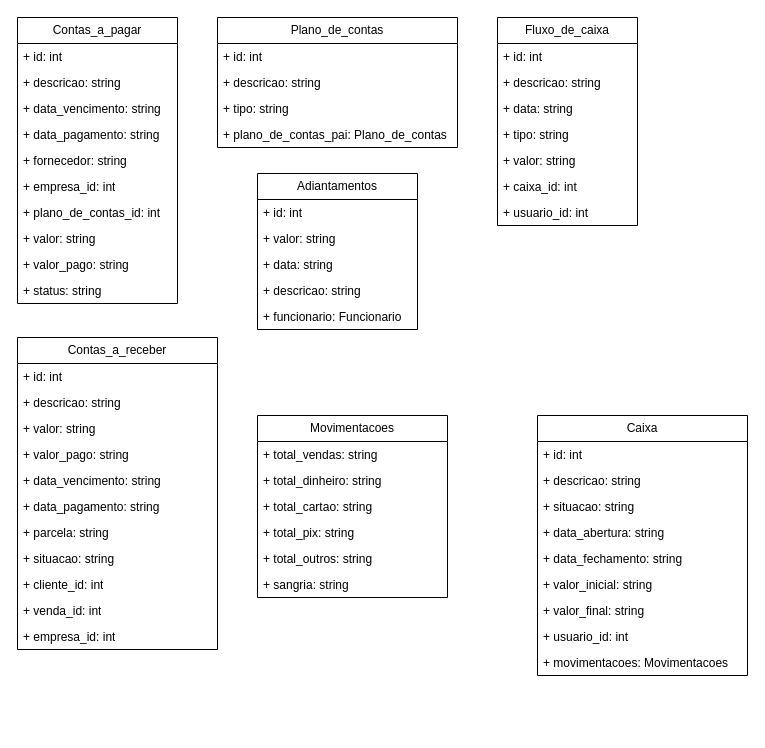
The draw.io diagram page "Financeiro" (2 of 2) of Diagrama sem nome.drawio in FSOFTSistemas/Lago, before the edit. Source tidied: cells renumbered, new cells numbered last; positions are measured from the earlier drawing's top-left corner, leaving out a move shared by most shapes. Both pictures are drawn from the tidied source at 100%, with x=0, y=0 at pixel (17, 17).
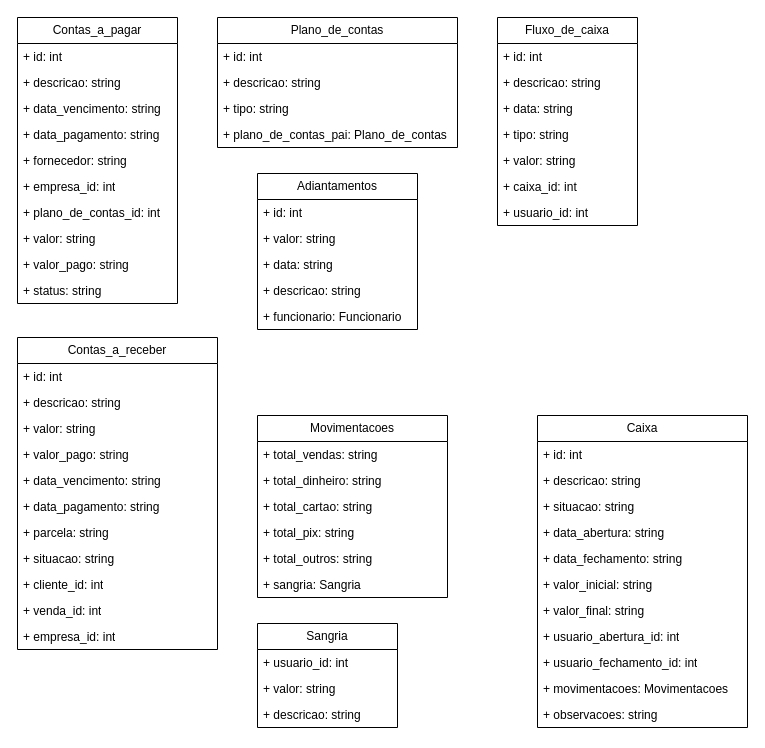
After the change.

Unchanged cells that the change refers to:
```xml
<mxCell id="54" value="Movimentacoes" style="swimlane;fontStyle=0;horizontal=1;startSize=26;fillColor=none;whiteSpace=wrap;html=1;" parent="1" vertex="1">
  <mxGeometry x="240" y="398" width="190" height="182" as="geometry" />
</mxCell>
```

Diff of the diagram source:
```diff
@@
     <mxCell id="44" value="Caixa" style="swimlane;fontStyle=0;horizontal=1;startSize=26;fillColor=none;whiteSpace=wrap;html=1;" parent="1" vertex="1">
-      <mxGeometry x="520" y="398" width="210" height="260" as="geometry" />
+      <mxGeometry x="520" y="398" width="210" height="312" as="geometry" />
     </mxCell>
@@
-    <mxCell id="52" value="+ usuario_id: int" style="text;strokeColor=none;fillColor=none;align=left;verticalAlign=top;spacingLeft=4;spacingRight=4;overflow=hidden;whiteSpace=wrap;html=1;" parent="44" vertex="1">
+    <mxCell id="52" value="+ usuario_abertura_id: int" style="text;strokeColor=none;fillColor=none;align=left;verticalAlign=top;spacingLeft=4;spacingRight=4;overflow=hidden;whiteSpace=wrap;html=1;" parent="44" vertex="1">
       <mxGeometry y="208" width="210" height="26" as="geometry" />
     </mxCell>
+    <mxCell id="61" value="+ usuario_fechamento_id: int" style="text;strokeColor=none;fillColor=none;align=left;verticalAlign=top;spacingLeft=4;spacingRight=4;overflow=hidden;whiteSpace=wrap;html=1;" parent="44" vertex="1">
+      <mxGeometry y="234" width="210" height="26" as="geometry" />
+    </mxCell>
     <mxCell id="53" value="+ movimentacoes: Movimentacoes&amp;nbsp;" style="text;strokeColor=none;fillColor=none;align=left;verticalAlign=top;spacingLeft=4;spacingRight=4;overflow=hidden;whiteSpace=wrap;html=1;" parent="44" vertex="1">
-      <mxGeometry y="234" width="210" height="26" as="geometry" />
+      <mxGeometry y="260" width="210" height="26" as="geometry" />
     </mxCell>
+    <mxCell id="62" value="+ observacoes: string&amp;nbsp;" style="text;strokeColor=none;fillColor=none;align=left;verticalAlign=top;spacingLeft=4;spacingRight=4;overflow=hidden;whiteSpace=wrap;html=1;" parent="44" vertex="1">
+      <mxGeometry y="286" width="210" height="26" as="geometry" />
+    </mxCell>
@@
-    <mxCell id="60" value="+ sangria: string" style="text;strokeColor=none;fillColor=none;align=left;verticalAlign=top;spacingLeft=4;spacingRight=4;overflow=hidden;whiteSpace=wrap;html=1;" parent="54" vertex="1">
+    <mxCell id="60" value="+ sangria: Sangria" style="text;strokeColor=none;fillColor=none;align=left;verticalAlign=top;spacingLeft=4;spacingRight=4;overflow=hidden;whiteSpace=wrap;html=1;" parent="54" vertex="1">
       <mxGeometry y="156" width="190" height="26" as="geometry" />
     </mxCell>
+    <mxCell id="63" value="Sangria" style="swimlane;fontStyle=0;horizontal=1;startSize=26;fillColor=none;whiteSpace=wrap;html=1;" parent="1" vertex="1">
+      <mxGeometry x="240" y="606" width="140" height="104" as="geometry" />
+    </mxCell>
+    <mxCell id="64" value="+ usuario_id: int" style="text;strokeColor=none;fillColor=none;align=left;verticalAlign=top;spacingLeft=4;spacingRight=4;overflow=hidden;whiteSpace=wrap;html=1;" parent="63" vertex="1">
+      <mxGeometry y="26" width="140" height="26" as="geometry" />
+    </mxCell>
+    <mxCell id="65" value="+ valor: string" style="text;strokeColor=none;fillColor=none;align=left;verticalAlign=top;spacingLeft=4;spacingRight=4;overflow=hidden;whiteSpace=wrap;html=1;" parent="63" vertex="1">
+      <mxGeometry y="52" width="140" height="26" as="geometry" />
+    </mxCell>
+    <mxCell id="66" value="+ descricao: string" style="text;strokeColor=none;fillColor=none;align=left;verticalAlign=top;spacingLeft=4;spacingRight=4;overflow=hidden;whiteSpace=wrap;html=1;" parent="63" vertex="1">
+      <mxGeometry y="78" width="140" height="26" as="geometry" />
+    </mxCell>
```
